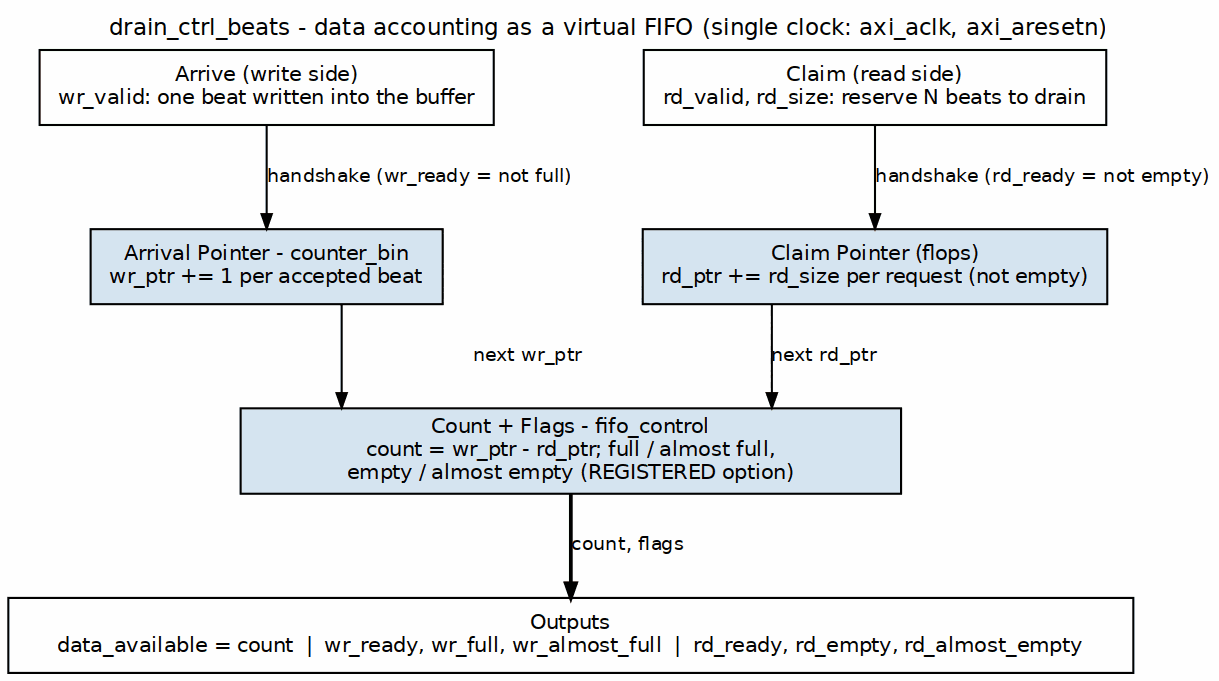
Before: projects/components/dma-ip/rapids/docs/rapids_beats_mas/assets/graphviz/06_drain_ctrl.png, a diagram exported from Graphviz (sean-galloway/RTLDesignSherpa). Its source is kept beside it as projects/components/dma-ip/rapids/docs/rapids_beats_mas/assets/graphviz/06_drain_ctrl.dot.
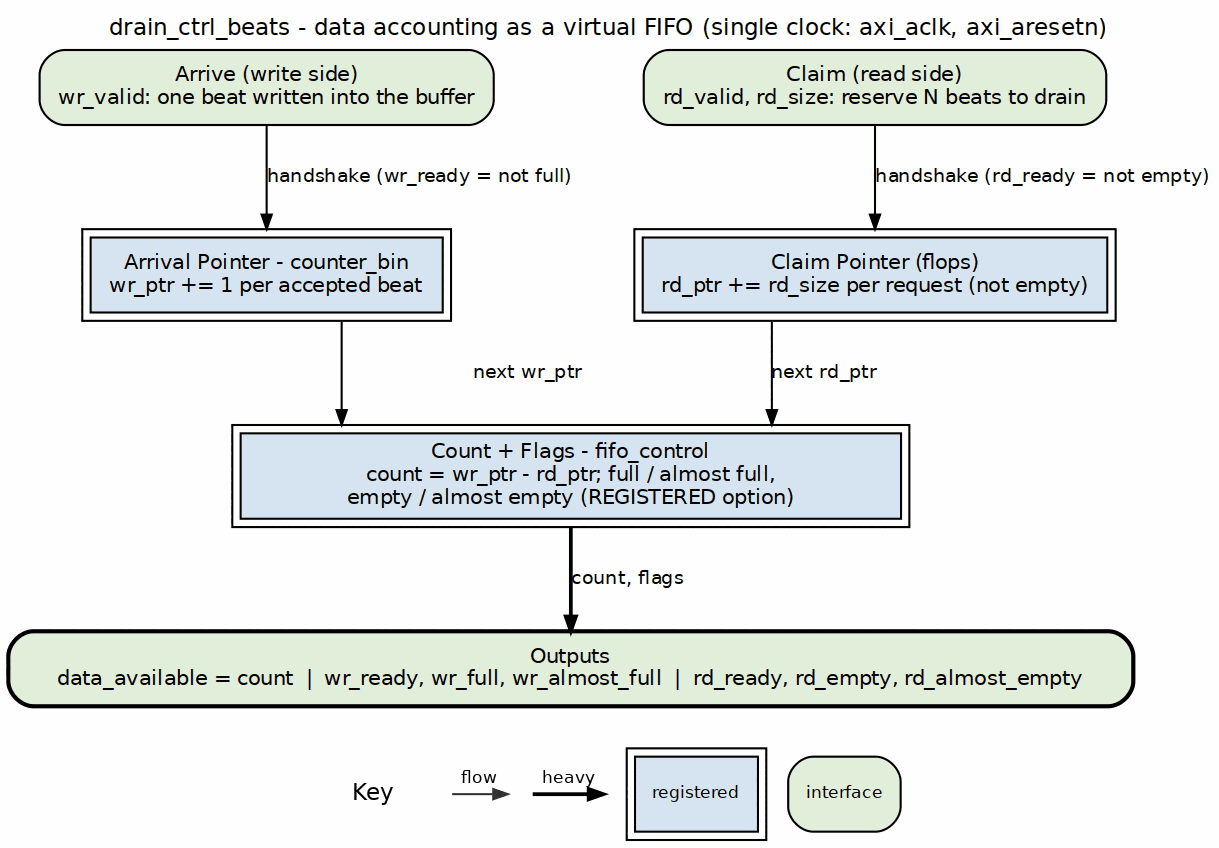
The same diagram one commit later.

Change to the diagram source:
```diff
@@ -3,15 +3,15 @@
            nodesep="0.50", ranksep="0.55", splines=ortho,
            label="drain_ctrl_beats - data accounting as a virtual FIFO (single clock: axi_aclk, axi_aresetn)", labelloc=t, labeljust=c];
     node  [fontname="Helvetica", fontsize=10, shape=box, style=filled,
-           fillcolor="#D6E4F0", color="black", margin="0.12,0.06"];
+           fillcolor="white", color="black", margin="0.12,0.06"];
     edge  [fontname="Helvetica", fontsize=9, color="black", arrowsize=0.7];
 
-    wport [label="Arrive (write side)\nwr_valid: one beat written into the buffer", fillcolor="white", group=L];
-    rport [label="Claim (read side)\nrd_valid, rd_size: reserve N beats to drain", fillcolor="white", group=R];
-    wptr  [label="Arrival Pointer - counter_bin\nwr_ptr += 1 per accepted beat", group=L];
-    rptr  [label="Claim Pointer (flops)\nrd_ptr += rd_size per request (not empty)", group=R];
-    ctl   [label="Count + Flags - fifo_control\ncount = wr_ptr - rd_ptr; full / almost full,\nempty / almost empty (REGISTERED option)", width=4.4];
-    bar   [label="Outputs\ndata_available = count  |  wr_ready, wr_full, wr_almost_full  |  rd_ready, rd_empty, rd_almost_empty", fillcolor="white", width=7.5];
+    wport [label="Arrive (write side)\nwr_valid: one beat written into the buffer", fillcolor="white", group=L, style="rounded,filled", fillcolor="#E2EFDA"];
+    rport [label="Claim (read side)\nrd_valid, rd_size: reserve N beats to drain", fillcolor="white", group=R, style="rounded,filled", fillcolor="#E2EFDA"];
+    wptr  [label="Arrival Pointer - counter_bin\nwr_ptr += 1 per accepted beat", group=L, peripheries=2, style="filled", fillcolor="#D6E4F0"];
+    rptr  [label="Claim Pointer (flops)\nrd_ptr += rd_size per request (not empty)", group=R, peripheries=2, style="filled", fillcolor="#D6E4F0"];
+    ctl   [label="Count + Flags - fifo_control\ncount = wr_ptr - rd_ptr; full / almost full,\nempty / almost empty (REGISTERED option)", width=4.4, peripheries=2, style="filled", fillcolor="#D6E4F0"];
+    bar   [label="Outputs\ndata_available = count  |  wr_ready, wr_full, wr_almost_full  |  rd_ready, rd_empty, rd_almost_empty", fillcolor="white", width=7.5, style="rounded,filled,bold", fillcolor="#E2EFDA"];
 
     wport -> wptr [label="handshake (wr_ready = not full)"];
     rport -> rptr [label="handshake (rd_ready = not empty)"];
```
